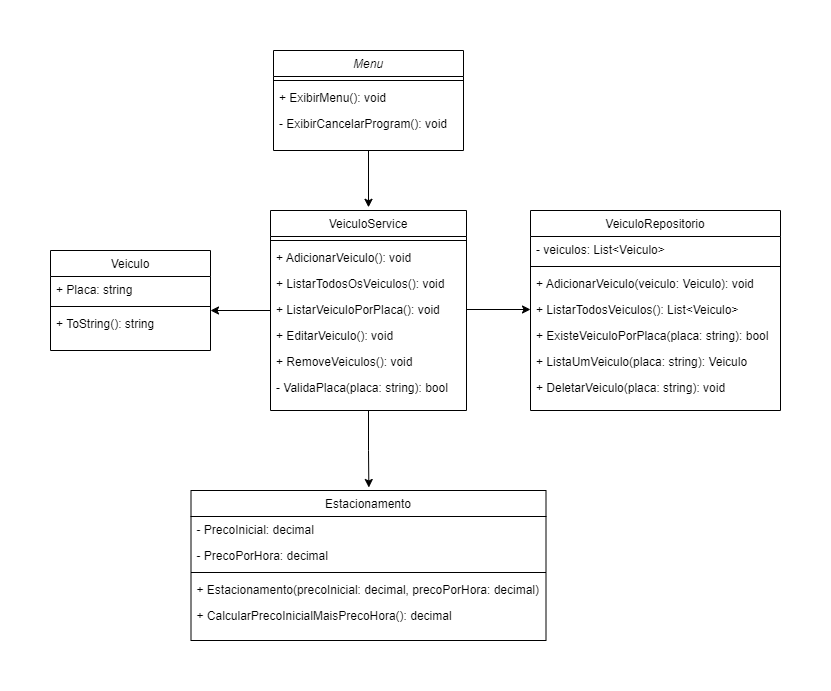
Above: image/diagramaClasse.drawio.png in digitalinnovationone/trilha-net-fundamentos-desafio (draw.io), before the change. Source tidied: cells renumbered, new cells last; positions are measured from the earlier drawing's top-left corner, leaving out a move shared by most shapes.
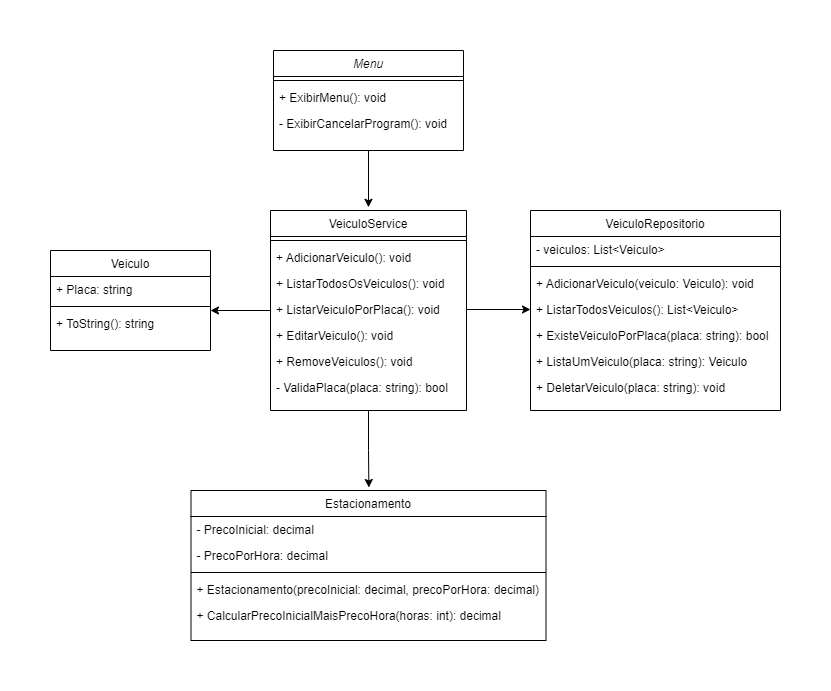
The same diagram one commit later.

Commit message:
Atualização do diagrama de classe

What changed in the source:
```diff
@@ -89,7 +89,7 @@
     <mxCell id="30" value="+ Estacionamento(precoInicial: decimal, precoPorHora: decimal)" style="text;align=left;verticalAlign=top;spacingLeft=4;spacingRight=4;overflow=hidden;" parent="26" vertex="1">
       <mxGeometry y="86" width="355" height="26" as="geometry" />
     </mxCell>
-    <mxCell id="31" value="+ CalcularPrecoInicialMaisPrecoHora(): decimal " style="text;align=left;verticalAlign=top;spacingLeft=4;spacingRight=4;overflow=hidden;" parent="26" vertex="1">
+    <mxCell id="31" value="+ CalcularPrecoInicialMaisPrecoHora(horas: int): decimal " style="text;align=left;verticalAlign=top;spacingLeft=4;spacingRight=4;overflow=hidden;" parent="26" vertex="1">
       <mxGeometry y="112" width="355" height="26" as="geometry" />
     </mxCell>
     <mxCell id="32" style="edgeStyle=orthogonalEdgeStyle;rounded=0;jettySize=auto;html=1;exitX=0.5;exitY=1;exitDx=0;exitDy=0;entryX=0.5;entryY=-0.016;entryDx=0;entryDy=0;entryPerimeter=0;" parent="1" edge="1" source="2" target="18">
```
